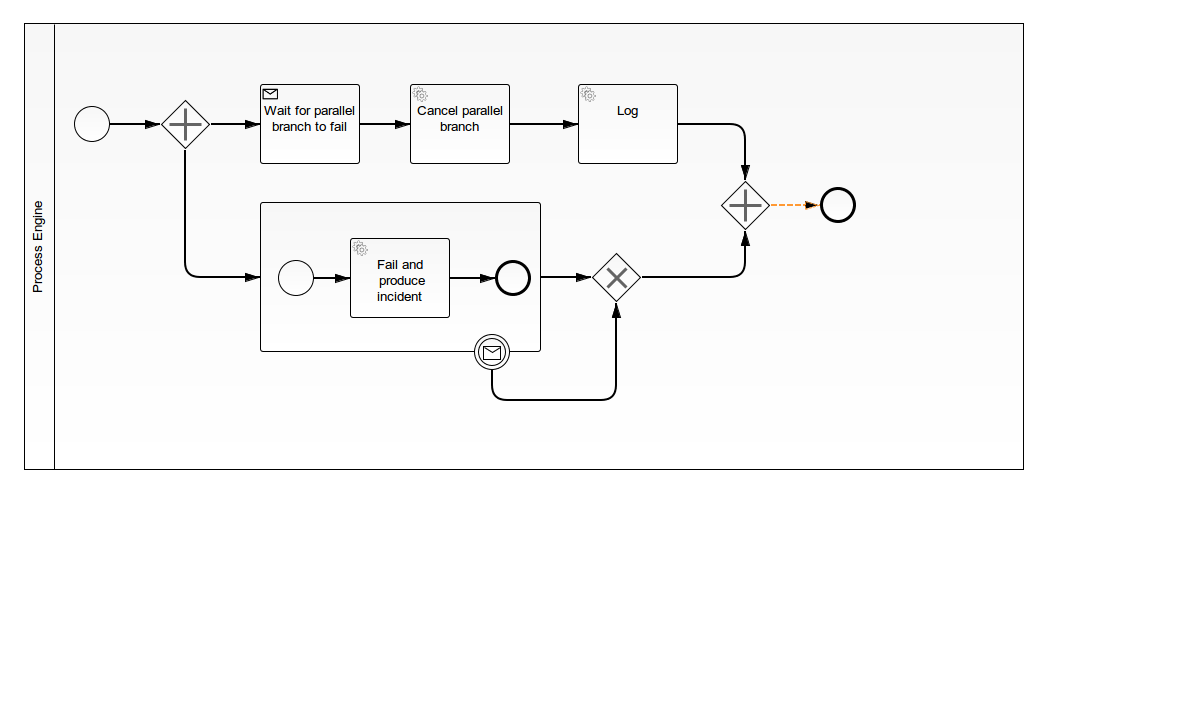
Before: snippets/cancel-parallel-branch-by-message/src/main/resources/process.png, a diagram exported from BPMN (camunda-consulting/camunda-7-code-examples). Its source is kept beside it as snippets/cancel-parallel-branch-by-message/src/main/resources/process.bpmn. Ids are renumbered. Source of this version:
```xml
<bpmn2:definitions xmlns:xsi="http://www.w3.org/2001/XMLSchema-instance" xmlns:bpmn2="http://www.omg.org/spec/BPMN/20100524/MODEL" xmlns:bpmndi="http://www.omg.org/spec/BPMN/20100524/DI" xmlns:camunda="http://activiti.org/bpmn" xmlns:dc="http://www.omg.org/spec/DD/20100524/DC" xmlns:di="http://www.omg.org/spec/DD/20100524/DI" xsi:schemaLocation="http://www.omg.org/spec/BPMN/20100524/MODEL BPMN20.xsd" id="Definitions_1" exporter="camunda modeler" exporterVersion="2.6.0" targetNamespace="http://www.example.org/bpmn">
  <bpmn2:collaboration id="Collaboration_1" name="Default Collaboration">
    <bpmn2:participant id="Process_Engine" name="Process Engine" processRef="cancel-parallel-branch-by-message"/>
  </bpmn2:collaboration>
  <bpmn2:process id="cancel-parallel-branch-by-message" name="cancel-parallel-branch-by-message" isExecutable="true">
    <bpmn2:startEvent id="StartEvent_1">
      <bpmn2:outgoing>SequenceFlow_2</bpmn2:outgoing>
    </bpmn2:startEvent>
    <bpmn2:parallelGateway id="ParallelGateway_1">
      <bpmn2:incoming>SequenceFlow_2</bpmn2:incoming>
      <bpmn2:outgoing>SequenceFlow_3</bpmn2:outgoing>
      <bpmn2:outgoing>SequenceFlow_5</bpmn2:outgoing>
    </bpmn2:parallelGateway>
    <bpmn2:sequenceFlow id="SequenceFlow_2" name="" sourceRef="StartEvent_1" targetRef="ParallelGateway_1"/>
    <bpmn2:receiveTask id="ReceiveTask_1" name="Wait for parallel branch to fail" messageRef="Message_2">
      <bpmn2:incoming>SequenceFlow_3</bpmn2:incoming>
      <bpmn2:outgoing>SequenceFlow_4</bpmn2:outgoing>
    </bpmn2:receiveTask>
    <bpmn2:sequenceFlow id="SequenceFlow_3" name="" sourceRef="ParallelGateway_1" targetRef="ReceiveTask_1"/>
    <bpmn2:serviceTask id="ServiceTask_CancelParallelBranch" camunda:async="true" camunda:class="org.camunda.bpm.demo.cancel_parallel_branch_by_message.CancelParallelBranchDelegate" name="Cancel parallel branch">
      <bpmn2:incoming>SequenceFlow_4</bpmn2:incoming>
      <bpmn2:outgoing>SequenceFlow_1</bpmn2:outgoing>
    </bpmn2:serviceTask>
    <bpmn2:sequenceFlow id="SequenceFlow_4" name="" sourceRef="ReceiveTask_1" targetRef="ServiceTask_CancelParallelBranch"/>
    <bpmn2:subProcess id="SubProcess_1">
      <bpmn2:incoming>SequenceFlow_5</bpmn2:incoming>
      <bpmn2:outgoing>SequenceFlow_12</bpmn2:outgoing>
      <bpmn2:serviceTask id="ServiceTask_FailAndProduceIncident" camunda:class="org.camunda.bpm.demo.cancel_parallel_branch_by_message.FailingDelegate" camunda:async="true" name="Fail and&#xA; produce incident">
        <bpmn2:incoming>SequenceFlow_8</bpmn2:incoming>
        <bpmn2:outgoing>SequenceFlow_11</bpmn2:outgoing>
      </bpmn2:serviceTask>
      <bpmn2:startEvent id="StartEvent_2">
        <bpmn2:outgoing>SequenceFlow_8</bpmn2:outgoing>
      </bpmn2:startEvent>
      <bpmn2:sequenceFlow id="SequenceFlow_8" name="" sourceRef="StartEvent_2" targetRef="ServiceTask_FailAndProduceIncident"/>
      <bpmn2:endEvent id="EndEvent_1">
        <bpmn2:incoming>SequenceFlow_11</bpmn2:incoming>
      </bpmn2:endEvent>
      <bpmn2:sequenceFlow id="SequenceFlow_11" name="" sourceRef="ServiceTask_FailAndProduceIncident" targetRef="EndEvent_1"/>
    </bpmn2:subProcess>
    <bpmn2:sequenceFlow id="SequenceFlow_5" name="" sourceRef="ParallelGateway_1" targetRef="SubProcess_1"/>
    <bpmn2:boundaryEvent id="BoundaryEvent_1" name="" attachedToRef="SubProcess_1">
      <bpmn2:outgoing>SequenceFlow_6</bpmn2:outgoing>
      <bpmn2:messageEventDefinition id="_MessageEventDefinition_2" messageRef="Message_1"/>
    </bpmn2:boundaryEvent>
    <bpmn2:sequenceFlow id="SequenceFlow_6" name="" sourceRef="BoundaryEvent_1" targetRef="ExclusiveGateway_1"/>
    <bpmn2:serviceTask id="ServiceTask_Log" camunda:async="true" camunda:class="org.camunda.bpm.demo.cancel_parallel_branch_by_message.LoggerDelegate" name="Log">
      <bpmn2:incoming>SequenceFlow_1</bpmn2:incoming>
      <bpmn2:outgoing>SequenceFlow_7</bpmn2:outgoing>
    </bpmn2:serviceTask>
    <bpmn2:sequenceFlow id="SequenceFlow_1" name="" sourceRef="ServiceTask_CancelParallelBranch" targetRef="ServiceTask_Log"/>
    <bpmn2:parallelGateway id="ParallelGateway_2">
      <bpmn2:incoming>SequenceFlow_7</bpmn2:incoming>
      <bpmn2:incoming>SequenceFlow_13</bpmn2:incoming>
      <bpmn2:outgoing>SequenceFlow_14</bpmn2:outgoing>
    </bpmn2:parallelGateway>
    <bpmn2:sequenceFlow id="SequenceFlow_7" name="" sourceRef="ServiceTask_Log" targetRef="ParallelGateway_2"/>
    <bpmn2:exclusiveGateway id="ExclusiveGateway_1">
      <bpmn2:incoming>SequenceFlow_12</bpmn2:incoming>
      <bpmn2:incoming>SequenceFlow_6</bpmn2:incoming>
      <bpmn2:outgoing>SequenceFlow_13</bpmn2:outgoing>
    </bpmn2:exclusiveGateway>
    <bpmn2:sequenceFlow id="SequenceFlow_12" name="" sourceRef="SubProcess_1" targetRef="ExclusiveGateway_1"/>
    <bpmn2:sequenceFlow id="SequenceFlow_13" name="" sourceRef="ExclusiveGateway_1" targetRef="ParallelGateway_2"/>
    <bpmn2:endEvent id="EndEvent_2">
      <bpmn2:incoming>SequenceFlow_14</bpmn2:incoming>
    </bpmn2:endEvent>
    <bpmn2:sequenceFlow id="SequenceFlow_14" name="" sourceRef="ParallelGateway_2" targetRef="EndEvent_2"/>
  </bpmn2:process>
  <bpmn2:message id="Message_1" name="cancel"/>
  <bpmn2:message id="Message_2" name="continue"/>
  <bpmndi:BPMNDiagram id="BPMNDiagram_1" name="Default Collaboration Diagram">
    <bpmndi:BPMNPlane id="BPMNPlane_1" bpmnElement="Collaboration_1">
      <bpmndi:BPMNShape id="BPMNShape_1" bpmnElement="Process_Engine" isHorizontal="true">
        <dc:Bounds height="447.0" width="1000.0" x="24.0" y="23.0"/>
      </bpmndi:BPMNShape>
      <bpmndi:BPMNShape id="BPMNShape_StartEvent_1" bpmnElement="StartEvent_1">
        <dc:Bounds height="36.0" width="36.0" x="74.0" y="106.0"/>
        <bpmndi:BPMNLabel>
          <dc:Bounds height="0.0" width="0.0" x="95.0" y="144.0"/>
        </bpmndi:BPMNLabel>
      </bpmndi:BPMNShape>
      <bpmndi:BPMNShape id="_BPMNShape_ParallelGateway_2" bpmnElement="ParallelGateway_1">
        <dc:Bounds height="50.0" width="50.0" x="160.0" y="99.0"/>
        <bpmndi:BPMNLabel>
          <dc:Bounds height="0.0" width="0.0" x="185.0" y="154.0"/>
        </bpmndi:BPMNLabel>
      </bpmndi:BPMNShape>
      <bpmndi:BPMNEdge id="BPMNEdge_SequenceFlow_2" bpmnElement="SequenceFlow_2" sourceElement="BPMNShape_StartEvent_1" targetElement="_BPMNShape_ParallelGateway_2">
        <di:waypoint xsi:type="dc:Point" x="110.0" y="124.0"/>
        <di:waypoint xsi:type="dc:Point" x="160.0" y="124.0"/>
        <bpmndi:BPMNLabel>
          <dc:Bounds height="6.0" width="6.0" x="132.0" y="124.0"/>
        </bpmndi:BPMNLabel>
      </bpmndi:BPMNEdge>
      <bpmndi:BPMNShape id="_BPMNShape_ReceiveTask_2" bpmnElement="ReceiveTask_1">
        <dc:Bounds height="80.0" width="100.0" x="260.0" y="84.0"/>
      </bpmndi:BPMNShape>
      <bpmndi:BPMNEdge id="BPMNEdge_SequenceFlow_3" bpmnElement="SequenceFlow_3" sourceElement="_BPMNShape_ParallelGateway_2" targetElement="_BPMNShape_ReceiveTask_2">
        <di:waypoint xsi:type="dc:Point" x="210.0" y="124.0"/>
        <di:waypoint xsi:type="dc:Point" x="260.0" y="124.0"/>
        <bpmndi:BPMNLabel>
          <dc:Bounds height="6.0" width="6.0" x="232.0" y="124.0"/>
        </bpmndi:BPMNLabel>
      </bpmndi:BPMNEdge>
      <bpmndi:BPMNShape id="_BPMNShape_ServiceTask_2" bpmnElement="ServiceTask_CancelParallelBranch">
        <dc:Bounds height="80.0" width="100.0" x="410.0" y="84.0"/>
      </bpmndi:BPMNShape>
      <bpmndi:BPMNEdge id="BPMNEdge_SequenceFlow_4" bpmnElement="SequenceFlow_4" sourceElement="_BPMNShape_ReceiveTask_2" targetElement="_BPMNShape_ServiceTask_2">
        <di:waypoint xsi:type="dc:Point" x="360.0" y="124.0"/>
        <di:waypoint xsi:type="dc:Point" x="410.0" y="124.0"/>
        <bpmndi:BPMNLabel>
          <dc:Bounds height="6.0" width="6.0" x="382.0" y="124.0"/>
        </bpmndi:BPMNLabel>
      </bpmndi:BPMNEdge>
      <bpmndi:BPMNShape id="_BPMNShape_SubProcess_2" bpmnElement="SubProcess_1" isExpanded="true">
        <dc:Bounds height="150.0" width="281.0" x="260.0" y="202.0"/>
      </bpmndi:BPMNShape>
      <bpmndi:BPMNEdge id="BPMNEdge_SequenceFlow_5" bpmnElement="SequenceFlow_5" sourceElement="_BPMNShape_ParallelGateway_2" targetElement="_BPMNShape_SubProcess_2">
        <di:waypoint xsi:type="dc:Point" x="185.0" y="149.0"/>
        <di:waypoint xsi:type="dc:Point" x="185.0" y="277.0"/>
        <di:waypoint xsi:type="dc:Point" x="260.0" y="277.0"/>
        <bpmndi:BPMNLabel>
          <dc:Bounds height="6.0" width="6.0" x="182.0" y="251.0"/>
        </bpmndi:BPMNLabel>
      </bpmndi:BPMNEdge>
      <bpmndi:BPMNShape id="_BPMNShape_ServiceTask_3" bpmnElement="ServiceTask_FailAndProduceIncident">
        <dc:Bounds height="80.0" width="100.0" x="350.0" y="238.0"/>
      </bpmndi:BPMNShape>
      <bpmndi:BPMNShape id="_BPMNShape_BoundaryEvent_2" bpmnElement="BoundaryEvent_1">
        <dc:Bounds height="36.0" width="36.0" x="474.0" y="334.0"/>
        <bpmndi:BPMNLabel>
          <dc:Bounds height="6.0" width="6.0" x="489.0" y="375.0"/>
        </bpmndi:BPMNLabel>
      </bpmndi:BPMNShape>
      <bpmndi:BPMNEdge id="BPMNEdge_SequenceFlow_6" bpmnElement="SequenceFlow_6" sourceElement="_BPMNShape_BoundaryEvent_2" targetElement="_BPMNShape_ExclusiveGateway_2">
        <di:waypoint xsi:type="dc:Point" x="492.0" y="370.0"/>
        <di:waypoint xsi:type="dc:Point" x="492.0" y="400.0"/>
        <di:waypoint xsi:type="dc:Point" x="616.0" y="400.0"/>
        <di:waypoint xsi:type="dc:Point" x="616.0" y="302.0"/>
        <bpmndi:BPMNLabel>
          <dc:Bounds height="6.0" width="6.0" x="489.0" y="396.0"/>
        </bpmndi:BPMNLabel>
      </bpmndi:BPMNEdge>
      <bpmndi:BPMNShape id="_BPMNShape_ServiceTask_4" bpmnElement="ServiceTask_Log">
        <dc:Bounds height="80.0" width="100.0" x="578.0" y="84.0"/>
      </bpmndi:BPMNShape>
      <bpmndi:BPMNShape id="_BPMNShape_StartEvent_2" bpmnElement="StartEvent_2">
        <dc:Bounds height="36.0" width="36.0" x="278.0" y="260.0"/>
        <bpmndi:BPMNLabel>
          <dc:Bounds height="0.0" width="0.0" x="296.0" y="301.0"/>
        </bpmndi:BPMNLabel>
      </bpmndi:BPMNShape>
      <bpmndi:BPMNEdge id="BPMNEdge_SequenceFlow_8" bpmnElement="SequenceFlow_8" sourceElement="_BPMNShape_StartEvent_2" targetElement="_BPMNShape_ServiceTask_3">
        <di:waypoint xsi:type="dc:Point" x="314.0" y="278.0"/>
        <di:waypoint xsi:type="dc:Point" x="350.0" y="278.0"/>
        <bpmndi:BPMNLabel>
          <dc:Bounds height="6.0" width="6.0" x="333.0" y="278.0"/>
        </bpmndi:BPMNLabel>
      </bpmndi:BPMNEdge>
      <bpmndi:BPMNEdge id="BPMNEdge_SequenceFlow_1" bpmnElement="SequenceFlow_1" sourceElement="_BPMNShape_ServiceTask_2" targetElement="_BPMNShape_ServiceTask_4">
        <di:waypoint xsi:type="dc:Point" x="510.0" y="124.0"/>
        <di:waypoint xsi:type="dc:Point" x="544.0" y="124.0"/>
        <di:waypoint xsi:type="dc:Point" x="578.0" y="124.0"/>
        <bpmndi:BPMNLabel>
          <dc:Bounds height="6.0" width="6.0" x="542.0" y="124.0"/>
        </bpmndi:BPMNLabel>
      </bpmndi:BPMNEdge>
      <bpmndi:BPMNShape id="_BPMNShape_ParallelGateway_8" bpmnElement="ParallelGateway_2">
        <dc:Bounds height="50.0" width="50.0" x="720.0" y="180.0"/>
        <bpmndi:BPMNLabel>
          <dc:Bounds height="0.0" width="0.0" x="745.0" y="235.0"/>
        </bpmndi:BPMNLabel>
      </bpmndi:BPMNShape>
      <bpmndi:BPMNEdge id="BPMNEdge_SequenceFlow_7" bpmnElement="SequenceFlow_7" sourceElement="_BPMNShape_ServiceTask_4" targetElement="_BPMNShape_ParallelGateway_8">
        <di:waypoint xsi:type="dc:Point" x="678.0" y="124.0"/>
        <di:waypoint xsi:type="dc:Point" x="745.0" y="124.0"/>
        <di:waypoint xsi:type="dc:Point" x="745.0" y="180.0"/>
        <bpmndi:BPMNLabel>
          <dc:Bounds height="6.0" width="6.0" x="700.0" y="124.0"/>
        </bpmndi:BPMNLabel>
      </bpmndi:BPMNEdge>
      <bpmndi:BPMNShape id="_BPMNShape_EndEvent_6" bpmnElement="EndEvent_1">
        <dc:Bounds height="36.0" width="36.0" x="495.0" y="260.0"/>
      </bpmndi:BPMNShape>
      <bpmndi:BPMNEdge id="BPMNEdge_SequenceFlow_11" bpmnElement="SequenceFlow_11" sourceElement="_BPMNShape_ServiceTask_3" targetElement="_BPMNShape_EndEvent_6">
        <di:waypoint xsi:type="dc:Point" x="450.0" y="278.0"/>
        <di:waypoint xsi:type="dc:Point" x="495.0" y="278.0"/>
      </bpmndi:BPMNEdge>
      <bpmndi:BPMNShape id="_BPMNShape_ExclusiveGateway_2" bpmnElement="ExclusiveGateway_1" isMarkerVisible="true">
        <dc:Bounds height="50.0" width="50.0" x="591.0" y="252.0"/>
      </bpmndi:BPMNShape>
      <bpmndi:BPMNEdge id="BPMNEdge_SequenceFlow_12" bpmnElement="SequenceFlow_12" sourceElement="_BPMNShape_SubProcess_2" targetElement="_BPMNShape_ExclusiveGateway_2">
        <di:waypoint xsi:type="dc:Point" x="540.0" y="277.0"/>
        <di:waypoint xsi:type="dc:Point" x="591.0" y="277.0"/>
      </bpmndi:BPMNEdge>
      <bpmndi:BPMNEdge id="BPMNEdge_SequenceFlow_13" bpmnElement="SequenceFlow_13" sourceElement="_BPMNShape_ExclusiveGateway_2" targetElement="_BPMNShape_ParallelGateway_8">
        <di:waypoint xsi:type="dc:Point" x="641.0" y="277.0"/>
        <di:waypoint xsi:type="dc:Point" x="745.0" y="277.0"/>
        <di:waypoint xsi:type="dc:Point" x="745.0" y="230.0"/>
        <bpmndi:BPMNLabel>
          <dc:Bounds height="6.0" width="6.0" x="681.0" y="277.0"/>
        </bpmndi:BPMNLabel>
      </bpmndi:BPMNEdge>
      <bpmndi:BPMNShape id="_BPMNShape_EndEvent_7" bpmnElement="EndEvent_2">
        <dc:Bounds height="36.0" width="36.0" x="820.0" y="187.0"/>
      </bpmndi:BPMNShape>
      <bpmndi:BPMNEdge id="BPMNEdge_SequenceFlow_14" bpmnElement="SequenceFlow_14" sourceElement="_BPMNShape_ParallelGateway_8" targetElement="_BPMNShape_EndEvent_7">
        <di:waypoint xsi:type="dc:Point" x="770.0" y="205.0"/>
        <di:waypoint xsi:type="dc:Point" x="820.0" y="205.0"/>
      </bpmndi:BPMNEdge>
    </bpmndi:BPMNPlane>
  </bpmndi:BPMNDiagram>
</bpmn2:definitions>
```
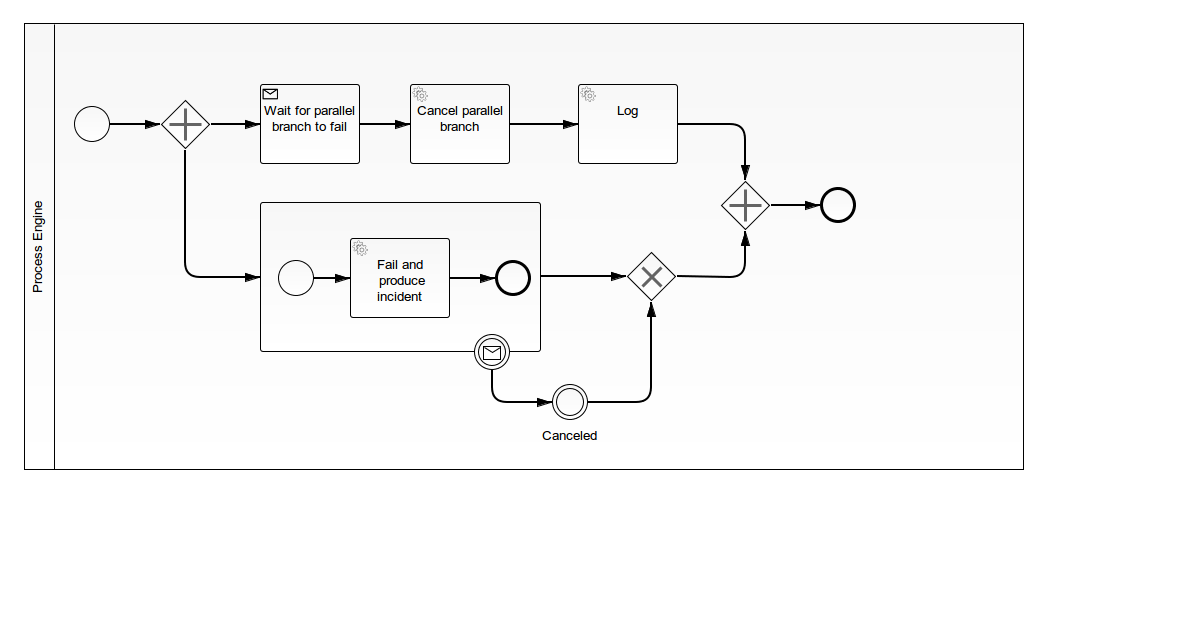
The same file after the commit.

What changed in the source:
```diff
@@ -43,7 +43,7 @@
       <bpmn2:outgoing>SequenceFlow_6</bpmn2:outgoing>
       <bpmn2:messageEventDefinition id="_MessageEventDefinition_2" messageRef="Message_1"/>
     </bpmn2:boundaryEvent>
-    <bpmn2:sequenceFlow id="SequenceFlow_6" name="" sourceRef="BoundaryEvent_1" targetRef="ExclusiveGateway_1"/>
+    <bpmn2:sequenceFlow id="SequenceFlow_6" name="" sourceRef="BoundaryEvent_1" targetRef="canceled"/>
     <bpmn2:serviceTask id="ServiceTask_Log" camunda:async="true" camunda:class="org.camunda.bpm.demo.cancel_parallel_branch_by_message.LoggerDelegate" name="Log">
       <bpmn2:incoming>SequenceFlow_1</bpmn2:incoming>
       <bpmn2:outgoing>SequenceFlow_7</bpmn2:outgoing>
@@ -57,7 +57,7 @@
     <bpmn2:sequenceFlow id="SequenceFlow_7" name="" sourceRef="ServiceTask_Log" targetRef="ParallelGateway_2"/>
     <bpmn2:exclusiveGateway id="ExclusiveGateway_1">
       <bpmn2:incoming>SequenceFlow_12</bpmn2:incoming>
-      <bpmn2:incoming>SequenceFlow_6</bpmn2:incoming>
+      <bpmn2:incoming>SequenceFlow_17</bpmn2:incoming>
       <bpmn2:outgoing>SequenceFlow_13</bpmn2:outgoing>
     </bpmn2:exclusiveGateway>
     <bpmn2:sequenceFlow id="SequenceFlow_12" name="" sourceRef="SubProcess_1" targetRef="ExclusiveGateway_1"/>
@@ -66,6 +66,11 @@
       <bpmn2:incoming>SequenceFlow_14</bpmn2:incoming>
     </bpmn2:endEvent>
     <bpmn2:sequenceFlow id="SequenceFlow_14" name="" sourceRef="ParallelGateway_2" targetRef="EndEvent_2"/>
+    <bpmn2:intermediateThrowEvent id="canceled" name="Canceled">
+      <bpmn2:incoming>SequenceFlow_6</bpmn2:incoming>
+      <bpmn2:outgoing>SequenceFlow_17</bpmn2:outgoing>
+    </bpmn2:intermediateThrowEvent>
+    <bpmn2:sequenceFlow id="SequenceFlow_17" name="" sourceRef="canceled" targetRef="ExclusiveGateway_1"/>
   </bpmn2:process>
   <bpmn2:message id="Message_1" name="cancel"/>
   <bpmn2:message id="Message_2" name="continue"/>
@@ -133,11 +138,10 @@
           <dc:Bounds height="6.0" width="6.0" x="489.0" y="375.0"/>
         </bpmndi:BPMNLabel>
       </bpmndi:BPMNShape>
-      <bpmndi:BPMNEdge id="BPMNEdge_SequenceFlow_6" bpmnElement="SequenceFlow_6" sourceElement="_BPMNShape_BoundaryEvent_2" targetElement="_BPMNShape_ExclusiveGateway_2">
+      <bpmndi:BPMNEdge id="BPMNEdge_SequenceFlow_6" bpmnElement="SequenceFlow_6" sourceElement="_BPMNShape_BoundaryEvent_2" targetElement="_BPMNShape_IntermediateThrowEvent_2">
         <di:waypoint xsi:type="dc:Point" x="492.0" y="370.0"/>
-        <di:waypoint xsi:type="dc:Point" x="492.0" y="400.0"/>
-        <di:waypoint xsi:type="dc:Point" x="616.0" y="400.0"/>
-        <di:waypoint xsi:type="dc:Point" x="616.0" y="302.0"/>
+        <di:waypoint xsi:type="dc:Point" x="492.0" y="402.0"/>
+        <di:waypoint xsi:type="dc:Point" x="552.0" y="402.0"/>
         <bpmndi:BPMNLabel>
           <dc:Bounds height="6.0" width="6.0" x="489.0" y="396.0"/>
         </bpmndi:BPMNLabel>
@@ -188,18 +192,24 @@
         <di:waypoint xsi:type="dc:Point" x="495.0" y="278.0"/>
       </bpmndi:BPMNEdge>
       <bpmndi:BPMNShape id="_BPMNShape_ExclusiveGateway_2" bpmnElement="ExclusiveGateway_1" isMarkerVisible="true">
-        <dc:Bounds height="50.0" width="50.0" x="591.0" y="252.0"/>
+        <dc:Bounds height="50.0" width="50.0" x="626.0" y="251.0"/>
+        <bpmndi:BPMNLabel>
+          <dc:Bounds height="0.0" width="0.0" x="651.0" y="306.0"/>
+        </bpmndi:BPMNLabel>
       </bpmndi:BPMNShape>
       <bpmndi:BPMNEdge id="BPMNEdge_SequenceFlow_12" bpmnElement="SequenceFlow_12" sourceElement="_BPMNShape_SubProcess_2" targetElement="_BPMNShape_ExclusiveGateway_2">
-        <di:waypoint xsi:type="dc:Point" x="540.0" y="277.0"/>
-        <di:waypoint xsi:type="dc:Point" x="591.0" y="277.0"/>
+        <di:waypoint xsi:type="dc:Point" x="540.0" y="276.0"/>
+        <di:waypoint xsi:type="dc:Point" x="626.0" y="276.0"/>
+        <bpmndi:BPMNLabel>
+          <dc:Bounds height="6.0" width="6.0" x="563.0" y="276.0"/>
+        </bpmndi:BPMNLabel>
       </bpmndi:BPMNEdge>
       <bpmndi:BPMNEdge id="BPMNEdge_SequenceFlow_13" bpmnElement="SequenceFlow_13" sourceElement="_BPMNShape_ExclusiveGateway_2" targetElement="_BPMNShape_ParallelGateway_8">
-        <di:waypoint xsi:type="dc:Point" x="641.0" y="277.0"/>
+        <di:waypoint xsi:type="dc:Point" x="676.0" y="276.0"/>
         <di:waypoint xsi:type="dc:Point" x="745.0" y="277.0"/>
         <di:waypoint xsi:type="dc:Point" x="745.0" y="230.0"/>
         <bpmndi:BPMNLabel>
-          <dc:Bounds height="6.0" width="6.0" x="681.0" y="277.0"/>
+          <dc:Bounds height="6.0" width="6.0" x="716.0" y="277.0"/>
         </bpmndi:BPMNLabel>
       </bpmndi:BPMNEdge>
       <bpmndi:BPMNShape id="_BPMNShape_EndEvent_7" bpmnElement="EndEvent_2">
@@ -209,6 +219,20 @@
         <di:waypoint xsi:type="dc:Point" x="770.0" y="205.0"/>
         <di:waypoint xsi:type="dc:Point" x="820.0" y="205.0"/>
       </bpmndi:BPMNEdge>
+      <bpmndi:BPMNShape id="_BPMNShape_IntermediateThrowEvent_2" bpmnElement="canceled">
+        <dc:Bounds height="36.0" width="36.0" x="552.0" y="384.0"/>
+        <bpmndi:BPMNLabel>
+          <dc:Bounds height="22.0" width="61.0" x="540.0" y="425.0"/>
+        </bpmndi:BPMNLabel>
+      </bpmndi:BPMNShape>
+      <bpmndi:BPMNEdge id="BPMNEdge_SequenceFlow_17" bpmnElement="SequenceFlow_17" sourceElement="_BPMNShape_IntermediateThrowEvent_2" targetElement="_BPMNShape_ExclusiveGateway_2">
+        <di:waypoint xsi:type="dc:Point" x="588.0" y="402.0"/>
+        <di:waypoint xsi:type="dc:Point" x="651.0" y="402.0"/>
+        <di:waypoint xsi:type="dc:Point" x="651.0" y="301.0"/>
+        <bpmndi:BPMNLabel>
+          <dc:Bounds height="6.0" width="6.0" x="648.0" y="377.0"/>
+        </bpmndi:BPMNLabel>
+      </bpmndi:BPMNEdge>
     </bpmndi:BPMNPlane>
   </bpmndi:BPMNDiagram>
 </bpmn2:definitions>
```
